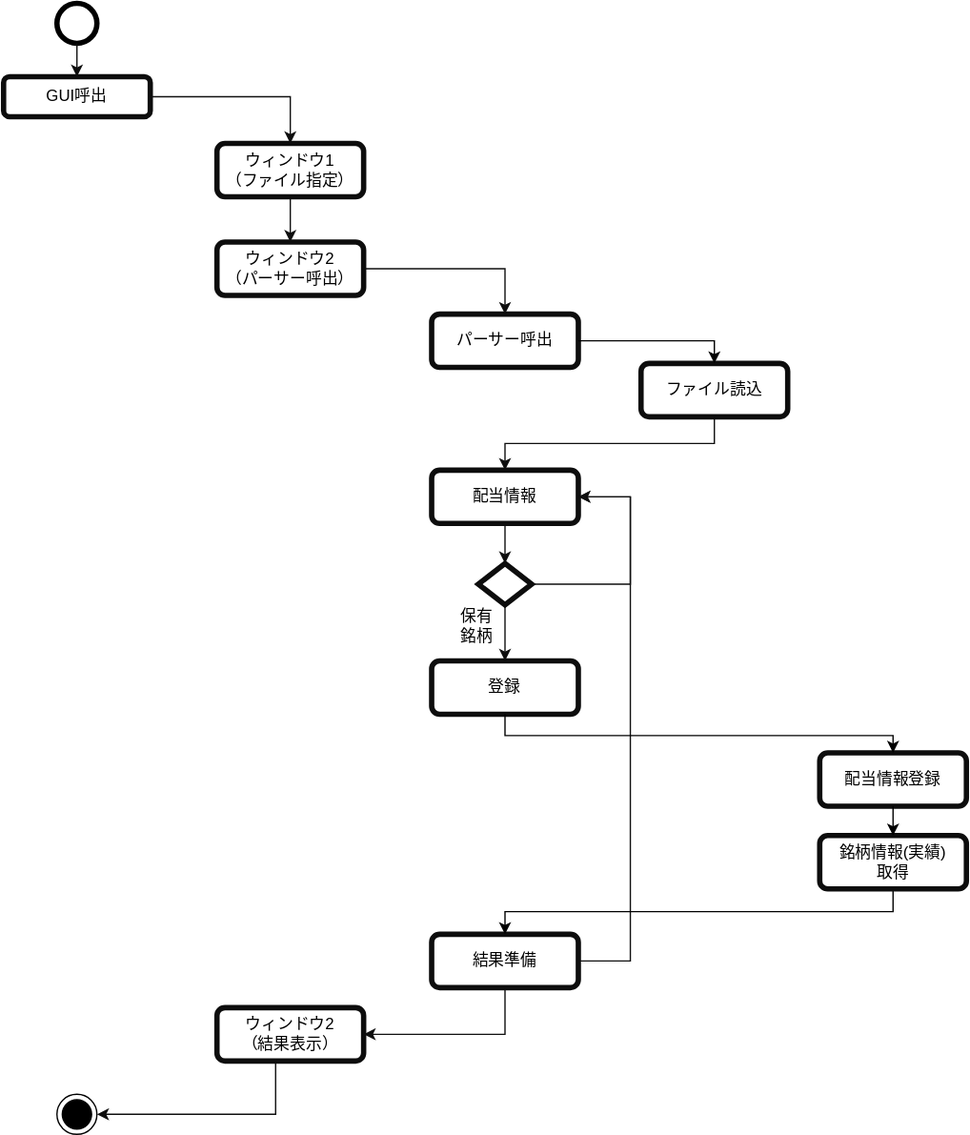
Above: client/docs/activity.drawio.svg in of3jlmssoo/djangorest-simple-app (draw.io), before the change. Source tidied: cells renumbered, new cells last; positions are measured from the earlier drawing's top-left corner, leaving out a move shared by most shapes.
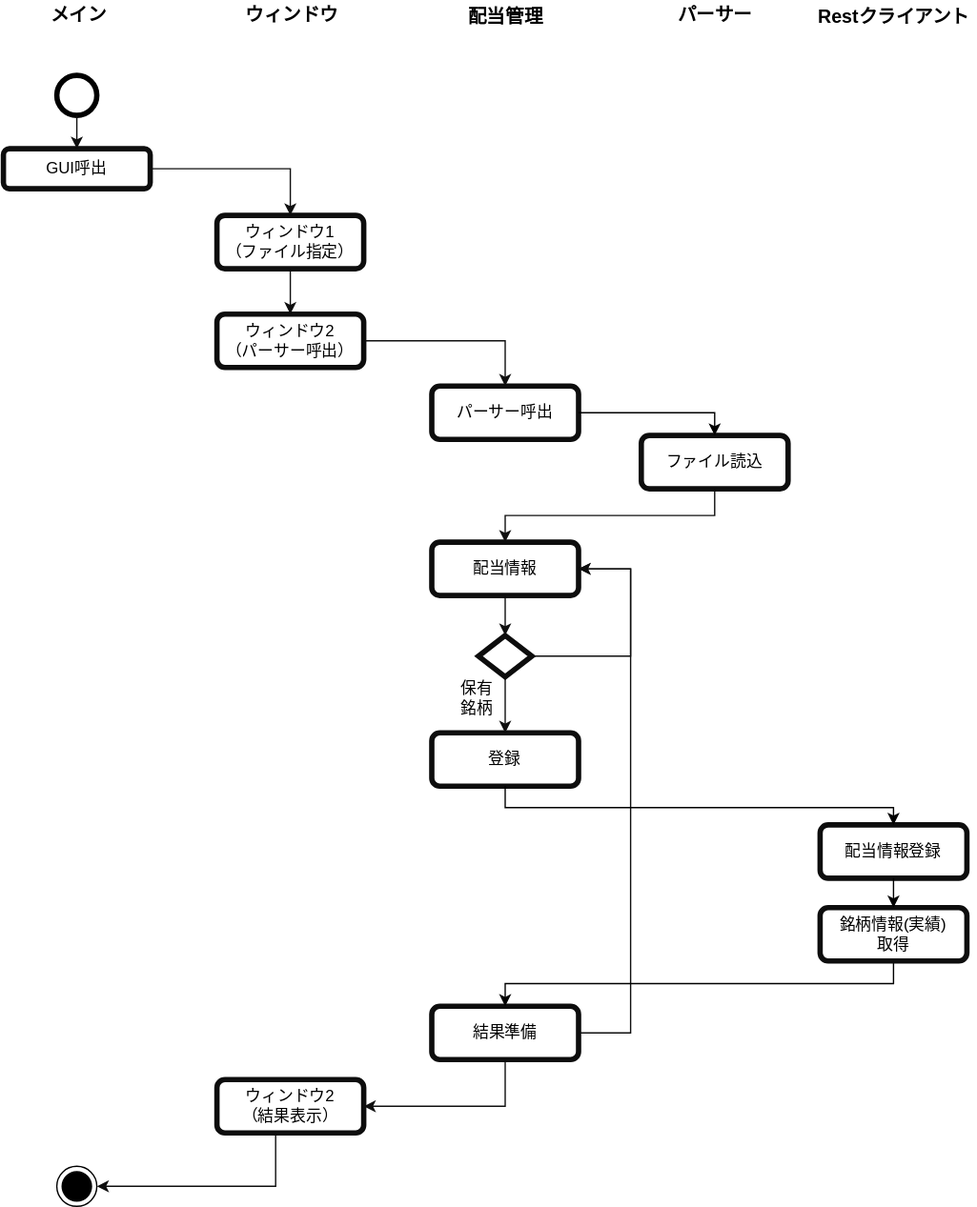
Later version of the same file.

Commit message:
header added to the diagram

Diff of the diagram source:
```diff
@@ -119,5 +119,20 @@
     <mxCell id="31" style="endArrow=none;html=1;entryX=0.5;entryY=1;entryDx=0;entryDy=0;exitX=0.5;exitY=0;exitDx=0;exitDy=0;strokeColor=#000000;endFill=0;startArrow=classic;startFill=1;" parent="1" edge="1" source="30" target="25">
       <mxGeometry relative="1" as="geometry" />
     </mxCell>
+    <mxCell id="32" value="メイン" style="text;html=1;align=center;verticalAlign=middle;strokeColor=none;fontColor=#000000;fontSize=14;fontStyle=1;" parent="1" vertex="1">
+      <mxGeometry x="30" y="-56" width="52" height="21" as="geometry" />
+    </mxCell>
+    <mxCell id="33" value="ウィンドウ" style="text;html=1;align=center;verticalAlign=middle;strokeColor=none;fontColor=#000000;fontSize=14;fontStyle=1;" parent="1" vertex="1">
+      <mxGeometry x="176" y="-56" width="80" height="21" as="geometry" />
+    </mxCell>
+    <mxCell id="34" value="配当管理" style="text;html=1;align=center;verticalAlign=middle;strokeColor=none;fontColor=#000000;fontSize=14;fontStyle=1;" parent="1" vertex="1">
+      <mxGeometry x="343" y="-55" width="66" height="21" as="geometry" />
+    </mxCell>
+    <mxCell id="35" value="パーサー" style="text;html=1;align=center;verticalAlign=middle;strokeColor=none;fontColor=#000000;fontSize=14;fontStyle=1;" parent="1" vertex="1">
+      <mxGeometry x="500" y="-56" width="66" height="21" as="geometry" />
+    </mxCell>
+    <mxCell id="36" value="Restクライアント" style="text;html=1;align=center;verticalAlign=middle;strokeColor=none;fontColor=#000000;fontSize=14;fontStyle=1;" parent="1" vertex="1">
+      <mxGeometry x="605" y="-55" width="124" height="21" as="geometry" />
+    </mxCell>
   </root>
 </mxGraphModel>
```
